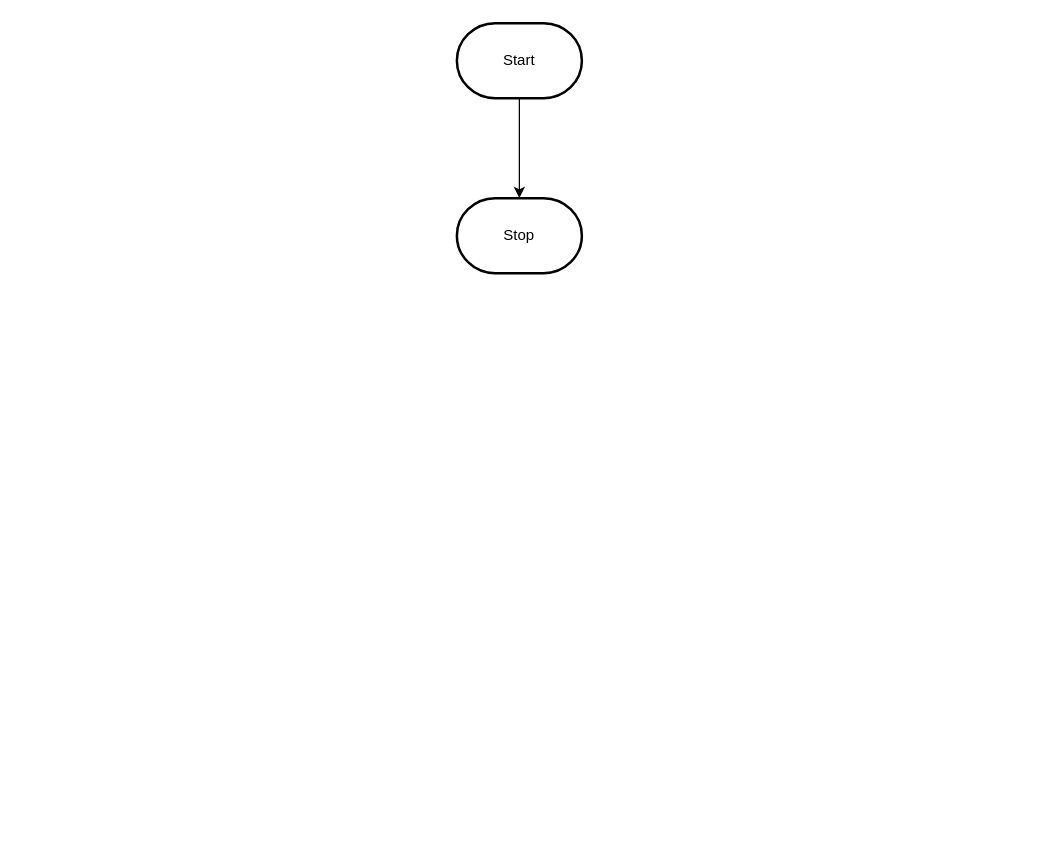
Before: design/flowchart.drawio in MTHS-TEJ2O-1-2023/TEJ2O-Unit-2-14-Julianne-Leblanc-Peltier, a draw.io diagram. Source tidied: cells renumbered, new cells numbered last; positions are measured from the earlier drawing's top-left corner, leaving out a move shared by most shapes. Both pictures are drawn from the tidied source at 125%, with x=0, y=0 at pixel (456, 22).
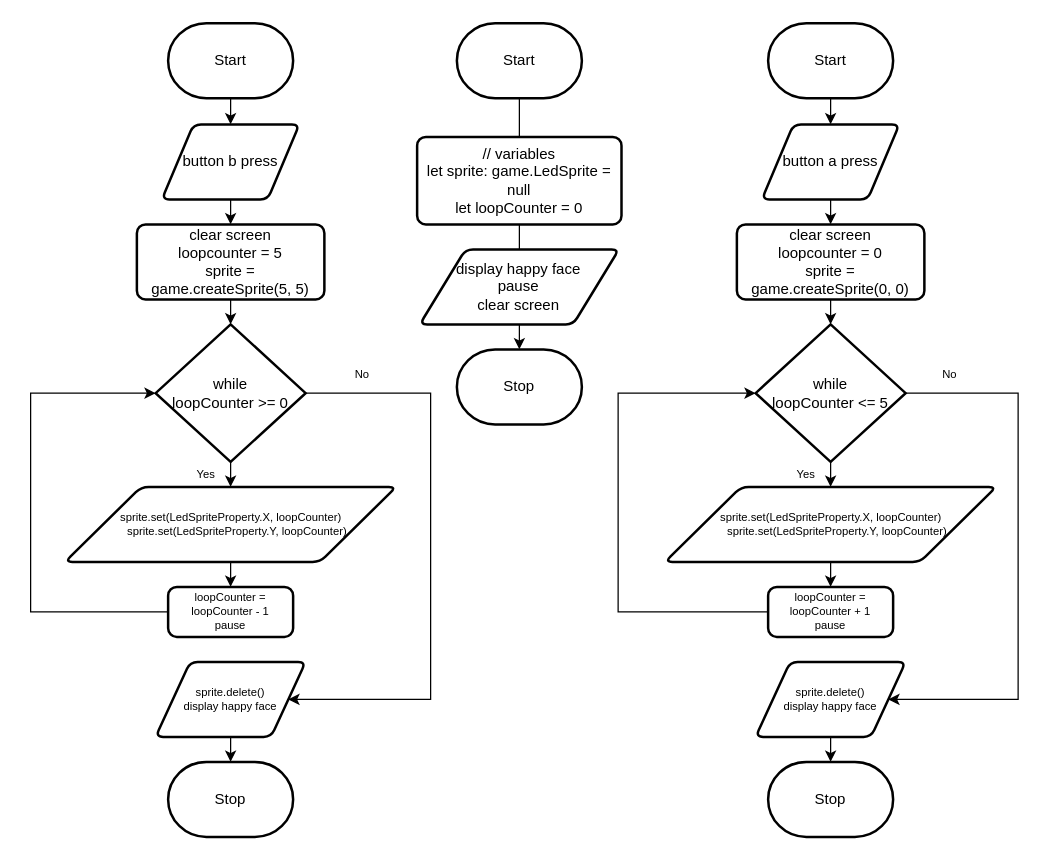
After the change.

Unchanged cells that the change refers to:
```xml
<mxCell id="3" value="Start" style="strokeWidth=2;html=1;shape=mxgraph.flowchart.terminator;whiteSpace=wrap;" parent="1" vertex="1">
  <mxGeometry width="100" height="60" as="geometry" />
</mxCell>
```

The edit, as a diff of the source:
```diff
@@
-    <mxCell id="2" style="edgeStyle=orthogonalEdgeStyle;html=1;rounded=0;" parent="1" edge="1" source="3" target="4">
+    <mxCell id="2" style="edgeStyle=orthogonalEdgeStyle;html=1;rounded=0;startArrow=none;" parent="1" edge="1" source="8" target="4">
       <mxGeometry relative="1" as="geometry" />
     </mxCell>
@@
     <mxCell id="4" value="Stop" style="strokeWidth=2;html=1;shape=mxgraph.flowchart.terminator;whiteSpace=wrap;" parent="1" vertex="1">
-      <mxGeometry y="140" width="100" height="60" as="geometry" />
+      <mxGeometry y="261" width="100" height="60" as="geometry" />
     </mxCell>
+    <mxCell id="5" style="edgeStyle=orthogonalEdgeStyle;html=1;rounded=0;endArrow=none;" parent="1" edge="1" source="3" target="6">
+      <mxGeometry relative="1" as="geometry" />
+    </mxCell>
+    <mxCell id="6" value="&lt;div&gt;// variables&lt;/div&gt;&lt;div&gt;let sprite: game.LedSprite = null&lt;/div&gt;&lt;div&gt;let loopCounter = 0&lt;/div&gt;" style="rounded=1;whiteSpace=wrap;html=1;absoluteArcSize=1;arcSize=14;strokeWidth=2;" parent="1" vertex="1">
+      <mxGeometry x="-31.8" y="91" width="163.5" height="70" as="geometry" />
+    </mxCell>
+    <mxCell id="7" style="edgeStyle=orthogonalEdgeStyle;html=1;rounded=0;startArrow=none;endArrow=none;" parent="1" edge="1" source="6" target="8">
+      <mxGeometry relative="1" as="geometry" />
+    </mxCell>
+    <mxCell id="8" value="&lt;div&gt;&lt;span style=&quot;background-color: initial;&quot;&gt;display happy face&lt;/span&gt;&lt;br&gt;&lt;/div&gt;&lt;div&gt;&lt;span style=&quot;background-color: initial;&quot;&gt;pause&lt;/span&gt;&lt;/div&gt;&lt;div&gt;clear screen&lt;/div&gt;" style="shape=parallelogram;html=1;strokeWidth=2;perimeter=parallelogramPerimeter;whiteSpace=wrap;rounded=1;arcSize=12;size=0.23;" parent="1" vertex="1">
+      <mxGeometry x="-29.7" y="181" width="159.4" height="60" as="geometry" />
+    </mxCell>
+    <mxCell id="9" style="edgeStyle=none;html=1;exitX=0.5;exitY=1;exitDx=0;exitDy=0;exitPerimeter=0;entryX=0.5;entryY=0;entryDx=0;entryDy=0;" parent="1" edge="1" source="10" target="14">
+      <mxGeometry relative="1" as="geometry" />
+    </mxCell>
+    <mxCell id="10" value="Start" style="strokeWidth=2;html=1;shape=mxgraph.flowchart.terminator;whiteSpace=wrap;" parent="1" vertex="1">
+      <mxGeometry x="249" width="100" height="60" as="geometry" />
+    </mxCell>
+    <mxCell id="11" style="edgeStyle=none;html=1;exitX=0.5;exitY=1;exitDx=0;exitDy=0;exitPerimeter=0;entryX=0.5;entryY=0;entryDx=0;entryDy=0;" parent="1" edge="1" source="12" target="16">
+      <mxGeometry relative="1" as="geometry" />
+    </mxCell>
+    <mxCell id="12" value="Start" style="strokeWidth=2;html=1;shape=mxgraph.flowchart.terminator;whiteSpace=wrap;" parent="1" vertex="1">
+      <mxGeometry x="-231" width="100" height="60" as="geometry" />
+    </mxCell>
+    <mxCell id="13" style="edgeStyle=none;html=1;exitX=0.5;exitY=1;exitDx=0;exitDy=0;entryX=0.5;entryY=0;entryDx=0;entryDy=0;" parent="1" edge="1" source="14" target="18">
+      <mxGeometry relative="1" as="geometry" />
+    </mxCell>
+    <mxCell id="14" value="button a press" style="shape=parallelogram;html=1;strokeWidth=2;perimeter=parallelogramPerimeter;whiteSpace=wrap;rounded=1;arcSize=12;size=0.23;" parent="1" vertex="1">
+      <mxGeometry x="244" y="81" width="110" height="60" as="geometry" />
+    </mxCell>
+    <mxCell id="15" style="edgeStyle=none;rounded=0;html=1;exitX=0.5;exitY=1;exitDx=0;exitDy=0;entryX=0.5;entryY=0;entryDx=0;entryDy=0;fontSize=9;" parent="1" edge="1" source="16" target="32">
+      <mxGeometry relative="1" as="geometry" />
+    </mxCell>
+    <mxCell id="16" value="button b press" style="shape=parallelogram;html=1;strokeWidth=2;perimeter=parallelogramPerimeter;whiteSpace=wrap;rounded=1;arcSize=12;size=0.23;" parent="1" vertex="1">
+      <mxGeometry x="-236" y="81" width="110" height="60" as="geometry" />
+    </mxCell>
+    <mxCell id="17" style="edgeStyle=none;html=1;exitX=0.5;exitY=1;exitDx=0;exitDy=0;entryX=0.5;entryY=0;entryDx=0;entryDy=0;entryPerimeter=0;fontSize=9;" parent="1" edge="1" source="18" target="21">
+      <mxGeometry relative="1" as="geometry" />
+    </mxCell>
+    <mxCell id="18" value="clear screen&lt;br&gt;loopcounter = 0&lt;br&gt;sprite = game.createSprite(0, 0)" style="rounded=1;whiteSpace=wrap;html=1;absoluteArcSize=1;arcSize=14;strokeWidth=2;" parent="1" vertex="1">
+      <mxGeometry x="224" y="161" width="150" height="60" as="geometry" />
+    </mxCell>
+    <mxCell id="19" style="edgeStyle=none;html=1;exitX=0.5;exitY=1;exitDx=0;exitDy=0;exitPerimeter=0;entryX=0.5;entryY=0;entryDx=0;entryDy=0;fontSize=9;" parent="1" edge="1" source="21" target="23">
+      <mxGeometry relative="1" as="geometry" />
+    </mxCell>
+    <mxCell id="20" style="edgeStyle=none;rounded=0;html=1;exitX=1;exitY=0.5;exitDx=0;exitDy=0;exitPerimeter=0;entryX=1;entryY=0.5;entryDx=0;entryDy=0;fontSize=9;" parent="1" edge="1" source="21" target="29">
+      <mxGeometry relative="1" as="geometry">
+        <Array as="points">
+          <mxPoint x="449" y="296" />
+          <mxPoint x="449" y="541" />
+        </Array>
+      </mxGeometry>
+    </mxCell>
+    <mxCell id="21" value="while &lt;br&gt;loopCounter &amp;lt;= 5" style="strokeWidth=2;html=1;shape=mxgraph.flowchart.decision;whiteSpace=wrap;" parent="1" vertex="1">
+      <mxGeometry x="239" y="241" width="120" height="110" as="geometry" />
+    </mxCell>
+    <mxCell id="22" style="edgeStyle=none;html=1;exitX=0.5;exitY=1;exitDx=0;exitDy=0;entryX=0.5;entryY=0;entryDx=0;entryDy=0;fontSize=9;" parent="1" edge="1" source="23" target="25">
+      <mxGeometry relative="1" as="geometry" />
+    </mxCell>
+    <mxCell id="23" value="&lt;div style=&quot;font-size: 9px;&quot;&gt;sprite.set(LedSpriteProperty.X, loopCounter)&lt;/div&gt;&lt;div style=&quot;font-size: 9px;&quot;&gt;&amp;nbsp; &amp;nbsp; sprite.set(LedSpriteProperty.Y, loopCounter)&lt;/div&gt;" style="shape=parallelogram;html=1;strokeWidth=2;perimeter=parallelogramPerimeter;whiteSpace=wrap;rounded=1;arcSize=12;size=0.23;fontSize=9;" parent="1" vertex="1">
+      <mxGeometry x="166.5" y="371" width="265" height="60" as="geometry" />
+    </mxCell>
+    <mxCell id="24" style="edgeStyle=none;html=1;exitX=0;exitY=0.5;exitDx=0;exitDy=0;entryX=0;entryY=0.5;entryDx=0;entryDy=0;entryPerimeter=0;fontSize=9;rounded=0;" parent="1" edge="1" source="25" target="21">
+      <mxGeometry relative="1" as="geometry">
+        <Array as="points">
+          <mxPoint x="129" y="471" />
+          <mxPoint x="129" y="296" />
+        </Array>
+      </mxGeometry>
+    </mxCell>
+    <mxCell id="25" value="loopCounter = loopCounter + 1&lt;br&gt;pause" style="rounded=1;whiteSpace=wrap;html=1;absoluteArcSize=1;arcSize=14;strokeWidth=2;fontSize=9;" parent="1" vertex="1">
+      <mxGeometry x="249" y="451" width="100" height="40" as="geometry" />
+    </mxCell>
+    <mxCell id="26" value="Yes" style="text;html=1;align=center;verticalAlign=middle;strokeColor=none;fillColor=none;fontSize=9;" parent="1" vertex="1">
+      <mxGeometry x="259" y="351" width="40" height="20" as="geometry" />
+    </mxCell>
+    <mxCell id="27" value="No" style="text;html=1;align=center;verticalAlign=middle;strokeColor=none;fillColor=none;fontSize=9;" parent="1" vertex="1">
+      <mxGeometry x="374" y="271" width="40" height="20" as="geometry" />
+    </mxCell>
+    <mxCell id="28" style="edgeStyle=none;rounded=0;html=1;exitX=0.5;exitY=1;exitDx=0;exitDy=0;fontSize=9;" parent="1" edge="1" source="29" target="30">
+      <mxGeometry relative="1" as="geometry" />
+    </mxCell>
+    <mxCell id="29" value="sprite.delete()&lt;br&gt;display happy face" style="shape=parallelogram;html=1;strokeWidth=2;perimeter=parallelogramPerimeter;whiteSpace=wrap;rounded=1;arcSize=12;size=0.23;fontSize=9;" parent="1" vertex="1">
+      <mxGeometry x="239" y="511" width="120" height="60" as="geometry" />
+    </mxCell>
+    <mxCell id="30" value="Stop" style="strokeWidth=2;html=1;shape=mxgraph.flowchart.terminator;whiteSpace=wrap;" parent="1" vertex="1">
+      <mxGeometry x="249" y="591" width="100" height="60" as="geometry" />
+    </mxCell>
+    <mxCell id="31" style="edgeStyle=none;rounded=0;html=1;exitX=0.5;exitY=1;exitDx=0;exitDy=0;entryX=0.5;entryY=0;entryDx=0;entryDy=0;entryPerimeter=0;fontSize=9;" parent="1" edge="1" source="32" target="35">
+      <mxGeometry relative="1" as="geometry" />
+    </mxCell>
+    <mxCell id="32" value="clear screen&lt;br&gt;loopcounter = 5&lt;br&gt;sprite = game.createSprite(5, 5)" style="rounded=1;whiteSpace=wrap;html=1;absoluteArcSize=1;arcSize=14;strokeWidth=2;" parent="1" vertex="1">
+      <mxGeometry x="-256" y="161" width="150" height="60" as="geometry" />
+    </mxCell>
+    <mxCell id="33" style="edgeStyle=none;html=1;exitX=0.5;exitY=1;exitDx=0;exitDy=0;exitPerimeter=0;entryX=0.5;entryY=0;entryDx=0;entryDy=0;fontSize=9;" parent="1" edge="1" source="35" target="37">
+      <mxGeometry relative="1" as="geometry" />
+    </mxCell>
+    <mxCell id="34" style="edgeStyle=none;rounded=0;html=1;exitX=1;exitY=0.5;exitDx=0;exitDy=0;exitPerimeter=0;entryX=1;entryY=0.5;entryDx=0;entryDy=0;fontSize=9;" parent="1" edge="1" source="35" target="43">
+      <mxGeometry relative="1" as="geometry">
+        <Array as="points">
+          <mxPoint x="-21" y="296" />
+          <mxPoint x="-21" y="541" />
+        </Array>
+      </mxGeometry>
+    </mxCell>
+    <mxCell id="35" value="while &lt;br&gt;loopCounter &amp;gt;= 0" style="strokeWidth=2;html=1;shape=mxgraph.flowchart.decision;whiteSpace=wrap;" parent="1" vertex="1">
+      <mxGeometry x="-241" y="241" width="120" height="110" as="geometry" />
+    </mxCell>
+    <mxCell id="36" style="edgeStyle=none;html=1;exitX=0.5;exitY=1;exitDx=0;exitDy=0;entryX=0.5;entryY=0;entryDx=0;entryDy=0;fontSize=9;" parent="1" edge="1" source="37" target="39">
+      <mxGeometry relative="1" as="geometry" />
+    </mxCell>
+    <mxCell id="37" value="&lt;div style=&quot;font-size: 9px;&quot;&gt;sprite.set(LedSpriteProperty.X, loopCounter)&lt;/div&gt;&lt;div style=&quot;font-size: 9px;&quot;&gt;&amp;nbsp; &amp;nbsp; sprite.set(LedSpriteProperty.Y, loopCounter)&lt;/div&gt;" style="shape=parallelogram;html=1;strokeWidth=2;perimeter=parallelogramPerimeter;whiteSpace=wrap;rounded=1;arcSize=12;size=0.23;fontSize=9;" parent="1" vertex="1">
+      <mxGeometry x="-313.5" y="371" width="265" height="60" as="geometry" />
+    </mxCell>
+    <mxCell id="38" style="edgeStyle=none;html=1;exitX=0;exitY=0.5;exitDx=0;exitDy=0;entryX=0;entryY=0.5;entryDx=0;entryDy=0;entryPerimeter=0;fontSize=9;rounded=0;" parent="1" edge="1" source="39" target="35">
+      <mxGeometry relative="1" as="geometry">
+        <Array as="points">
+          <mxPoint x="-341" y="471" />
+          <mxPoint x="-341" y="296" />
+        </Array>
+      </mxGeometry>
+    </mxCell>
+    <mxCell id="39" value="loopCounter = loopCounter - 1&lt;br&gt;pause" style="rounded=1;whiteSpace=wrap;html=1;absoluteArcSize=1;arcSize=14;strokeWidth=2;fontSize=9;" parent="1" vertex="1">
+      <mxGeometry x="-231" y="451" width="100" height="40" as="geometry" />
+    </mxCell>
+    <mxCell id="40" value="Yes" style="text;html=1;align=center;verticalAlign=middle;strokeColor=none;fillColor=none;fontSize=9;" parent="1" vertex="1">
+      <mxGeometry x="-221" y="351" width="40" height="20" as="geometry" />
+    </mxCell>
+    <mxCell id="41" value="No" style="text;html=1;align=center;verticalAlign=middle;strokeColor=none;fillColor=none;fontSize=9;" parent="1" vertex="1">
+      <mxGeometry x="-96" y="271" width="40" height="20" as="geometry" />
+    </mxCell>
+    <mxCell id="42" style="edgeStyle=none;rounded=0;html=1;exitX=0.5;exitY=1;exitDx=0;exitDy=0;fontSize=9;" parent="1" edge="1" source="43" target="44">
+      <mxGeometry relative="1" as="geometry" />
+    </mxCell>
+    <mxCell id="43" value="sprite.delete()&lt;br&gt;display happy face" style="shape=parallelogram;html=1;strokeWidth=2;perimeter=parallelogramPerimeter;whiteSpace=wrap;rounded=1;arcSize=12;size=0.23;fontSize=9;" parent="1" vertex="1">
+      <mxGeometry x="-241" y="511" width="120" height="60" as="geometry" />
+    </mxCell>
+    <mxCell id="44" value="Stop" style="strokeWidth=2;html=1;shape=mxgraph.flowchart.terminator;whiteSpace=wrap;" parent="1" vertex="1">
+      <mxGeometry x="-231" y="591" width="100" height="60" as="geometry" />
+    </mxCell>
```
